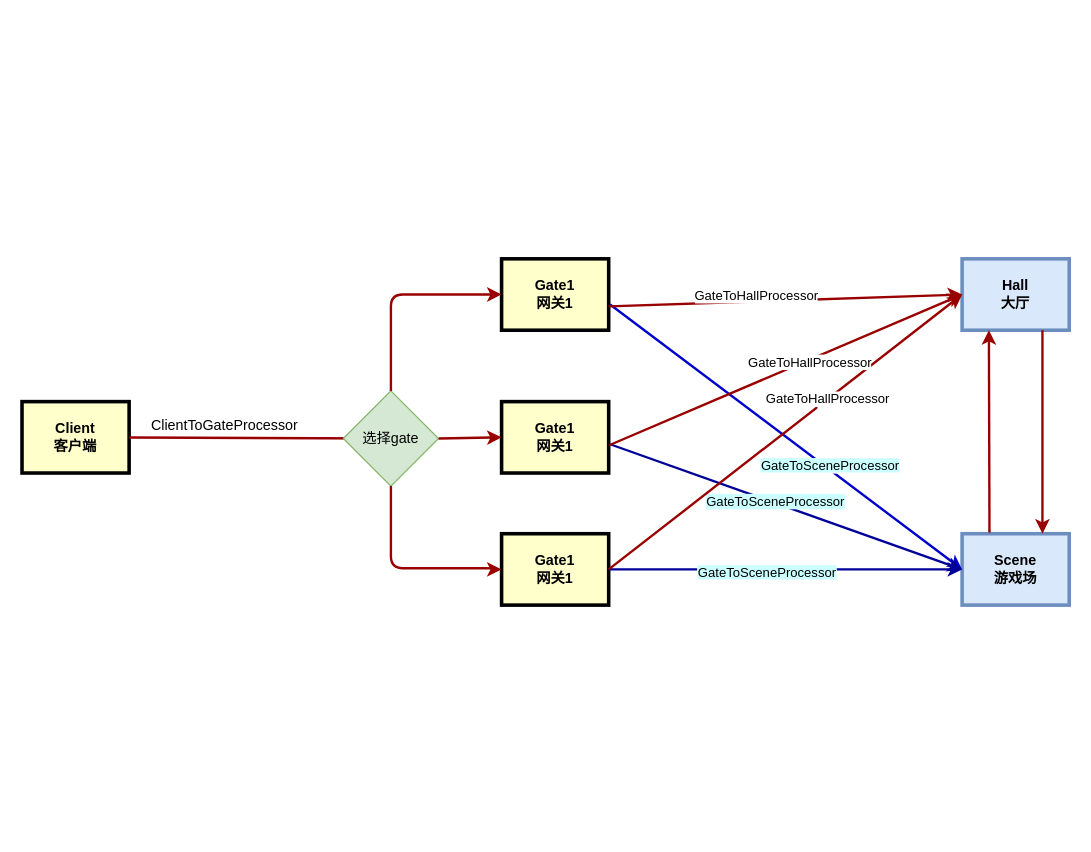
This is com/xmg/Untitled Diagram.drawio from mingchengtianxia/sanguo, a draw.io file, before an edit. Source tidied: cells renumbered, new cells numbered last; positions are measured from the earlier drawing's top-left corner, leaving out a move shared by most shapes. Both pictures are drawn from the tidied source at 119%, with x=0, y=0 at pixel (21, 258).
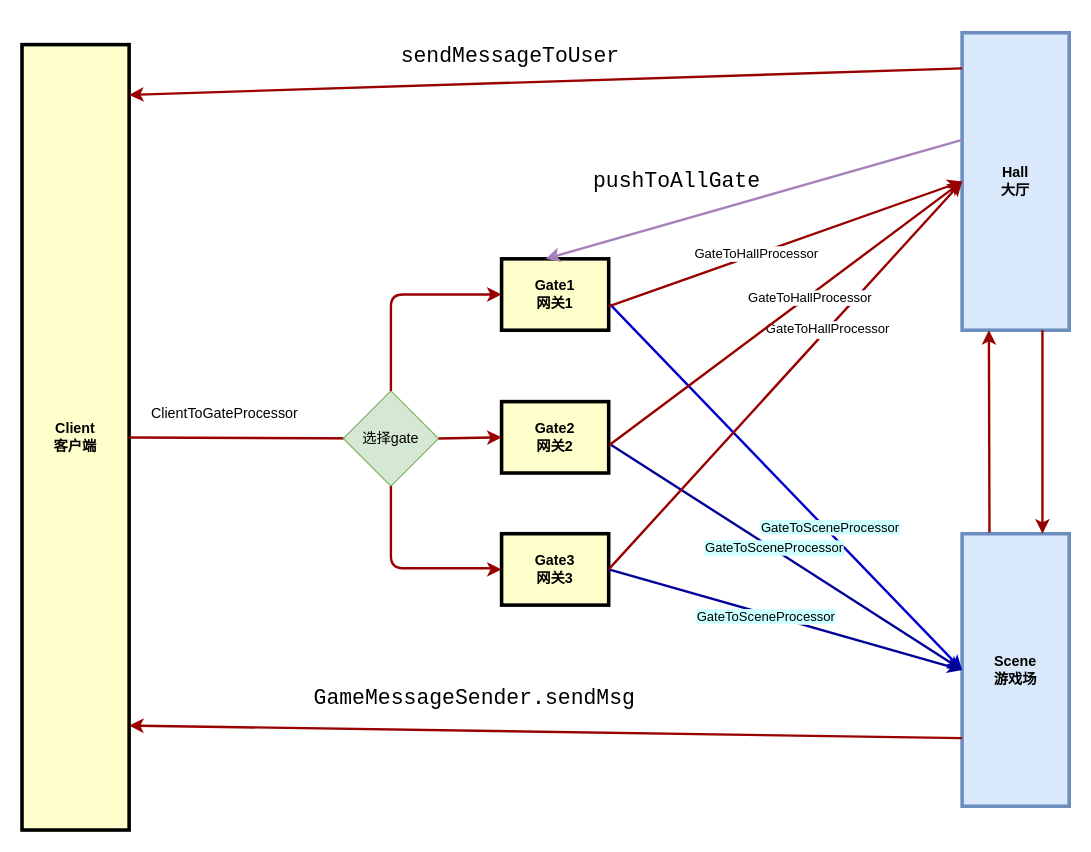
After the change.

Diff of the diagram source:
```diff
@@
     <mxCell id="2" value="Client&#10;客户端" style="whiteSpace=wrap;align=center;verticalAlign=middle;fontStyle=1;strokeWidth=3;fillColor=#FFFFCC;" parent="1" vertex="1">
-      <mxGeometry y="120" width="90" height="60" as="geometry" />
+      <mxGeometry y="-180" width="90" height="660" as="geometry" />
     </mxCell>
@@
     <mxCell id="4" value="ClientToGateProcessor" style="text;html=1;align=center;verticalAlign=middle;strokeColor=none;" parent="1" vertex="1">
-      <mxGeometry x="100" y="130" width="140" height="20" as="geometry" />
+      <mxGeometry x="100" y="120" width="140" height="20" as="geometry" />
     </mxCell>
@@
-    <mxCell id="8" value="Gate1&#10;网关1" style="whiteSpace=wrap;align=center;verticalAlign=middle;fontStyle=1;strokeWidth=3;fillColor=#FFFFCC;" parent="1" vertex="1">
+    <mxCell id="8" value="Gate2&#10;网关2" style="whiteSpace=wrap;align=center;verticalAlign=middle;fontStyle=1;strokeWidth=3;fillColor=#FFFFCC;" parent="1" vertex="1">
       <mxGeometry x="403" y="120" width="90" height="60" as="geometry" />
     </mxCell>
-    <mxCell id="9" value="Gate1&#10;网关1" style="whiteSpace=wrap;align=center;verticalAlign=middle;fontStyle=1;strokeWidth=3;fillColor=#FFFFCC;" parent="1" vertex="1">
+    <mxCell id="9" value="Gate3&#10;网关3" style="whiteSpace=wrap;align=center;verticalAlign=middle;fontStyle=1;strokeWidth=3;fillColor=#FFFFCC;" parent="1" vertex="1">
       <mxGeometry x="403" y="231" width="90" height="60" as="geometry" />
     </mxCell>
@@
     <mxCell id="12" value="Hall&#10;大厅" style="whiteSpace=wrap;align=center;verticalAlign=middle;fontStyle=1;strokeWidth=3;fillColor=#dae8fc;strokeColor=#6c8ebf;" parent="1" vertex="1">
-      <mxGeometry x="790" width="90" height="60" as="geometry" />
+      <mxGeometry x="790" y="-190" width="90" height="250" as="geometry" />
     </mxCell>
     <mxCell id="13" value="Scene&#10;游戏场" style="whiteSpace=wrap;align=center;verticalAlign=middle;fontStyle=1;strokeWidth=3;fillColor=#dae8fc;strokeColor=#6c8ebf;" parent="1" vertex="1">
-      <mxGeometry x="790" y="231" width="90" height="60" as="geometry" />
+      <mxGeometry x="790" y="231" width="90" height="229" as="geometry" />
     </mxCell>
@@
+    <mxCell id="29" style="edgeStyle=none;noEdgeStyle=1;strokeColor=#990000;strokeWidth=2;exitX=0;exitY=0.12;exitDx=0;exitDy=0;entryX=1;entryY=0.064;entryDx=0;entryDy=0;entryPerimeter=0;exitPerimeter=0;fillColor=#000099;" parent="1" edge="1" source="12" target="2">
+      <mxGeometry relative="1" as="geometry" />
+    </mxCell>
+    <mxCell id="30" style="edgeStyle=none;noEdgeStyle=1;strokeColor=#A680B8;strokeWidth=2;exitX=0;exitY=0.36;exitDx=0;exitDy=0;exitPerimeter=0;fillColor=#FFD966;" parent="1" edge="1" source="12">
+      <mxGeometry relative="1" as="geometry">
+        <mxPoint x="440" as="targetPoint" />
+      </mxGeometry>
+    </mxCell>
+    <mxCell id="31" value="&lt;pre style=&quot;font-size: 13.5pt ; background-color: rgb(255 , 255 , 255) ; font-family: &amp;#34;consolas&amp;#34;&quot;&gt;pushToAllGate&lt;/pre&gt;" style="text;html=1;align=center;verticalAlign=middle;strokeColor=none;fillColor=none;" parent="1" vertex="1">
+      <mxGeometry x="480" y="-95" width="140" height="60" as="geometry" />
+    </mxCell>
+    <mxCell id="32" value="&lt;pre style=&quot;font-family: &amp;#34;consolas&amp;#34; ; font-size: 13.5pt&quot;&gt;sendMessageToUser&lt;/pre&gt;" style="text;html=1;align=center;verticalAlign=middle;strokeColor=none;fillColor=none;" parent="1" vertex="1">
+      <mxGeometry x="320" y="-200" width="180" height="60" as="geometry" />
+    </mxCell>
+    <mxCell id="33" style="edgeStyle=none;noEdgeStyle=1;strokeColor=#990000;strokeWidth=2;exitX=0;exitY=0.75;exitDx=0;exitDy=0;entryX=1;entryY=0.064;entryDx=0;entryDy=0;entryPerimeter=0;fillColor=#000099;" parent="1" edge="1" source="13">
+      <mxGeometry relative="1" as="geometry">
+        <mxPoint x="90" y="392.2" as="targetPoint" />
+      </mxGeometry>
+    </mxCell>
+    <mxCell id="34" value="&lt;pre style=&quot;font-family: &amp;#34;consolas&amp;#34; ; font-size: 13.5pt&quot;&gt;&lt;pre style=&quot;background-color: rgb(255 , 255 , 255) ; font-family: &amp;#34;consolas&amp;#34; ; font-size: 13.5pt&quot;&gt;GameMessageSender.sendMsg&lt;/pre&gt;&lt;/pre&gt;" style="text;html=1;align=center;verticalAlign=middle;strokeColor=none;fillColor=none;" parent="1" vertex="1">
+      <mxGeometry x="250" y="340" width="260" height="60" as="geometry" />
+    </mxCell>
```
